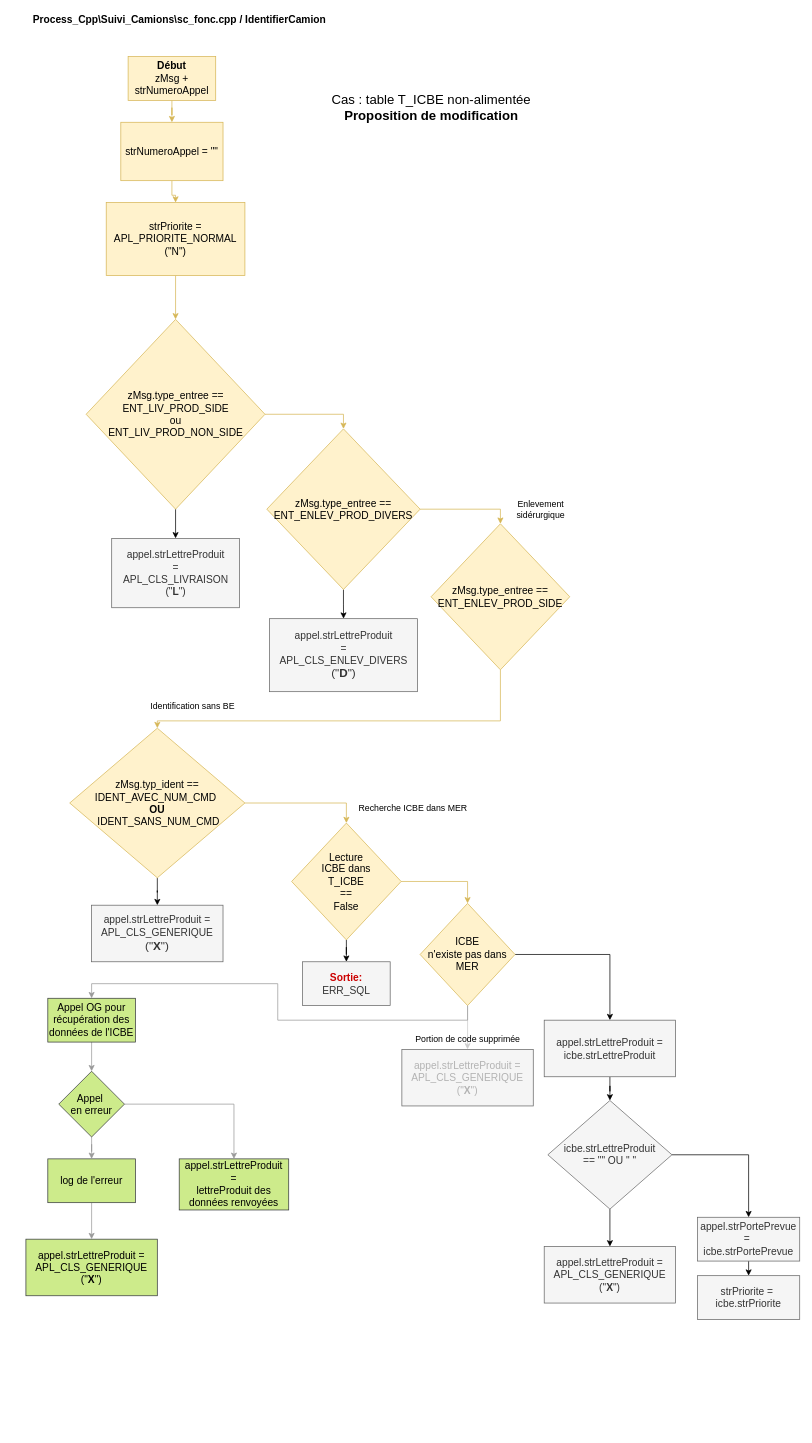
Before: MER_sc_fonc_identifierCamion_enlev_sider_modifs2.drawio in wu1f72514/arcGraphs, a draw.io diagram. Source tidied: cells renumbered, new cells numbered last; positions are measured from the earlier drawing's top-left corner, leaving out a move shared by most shapes. Both pictures are drawn from the tidied source at 73%, with x=0, y=0 at pixel (26, 12).
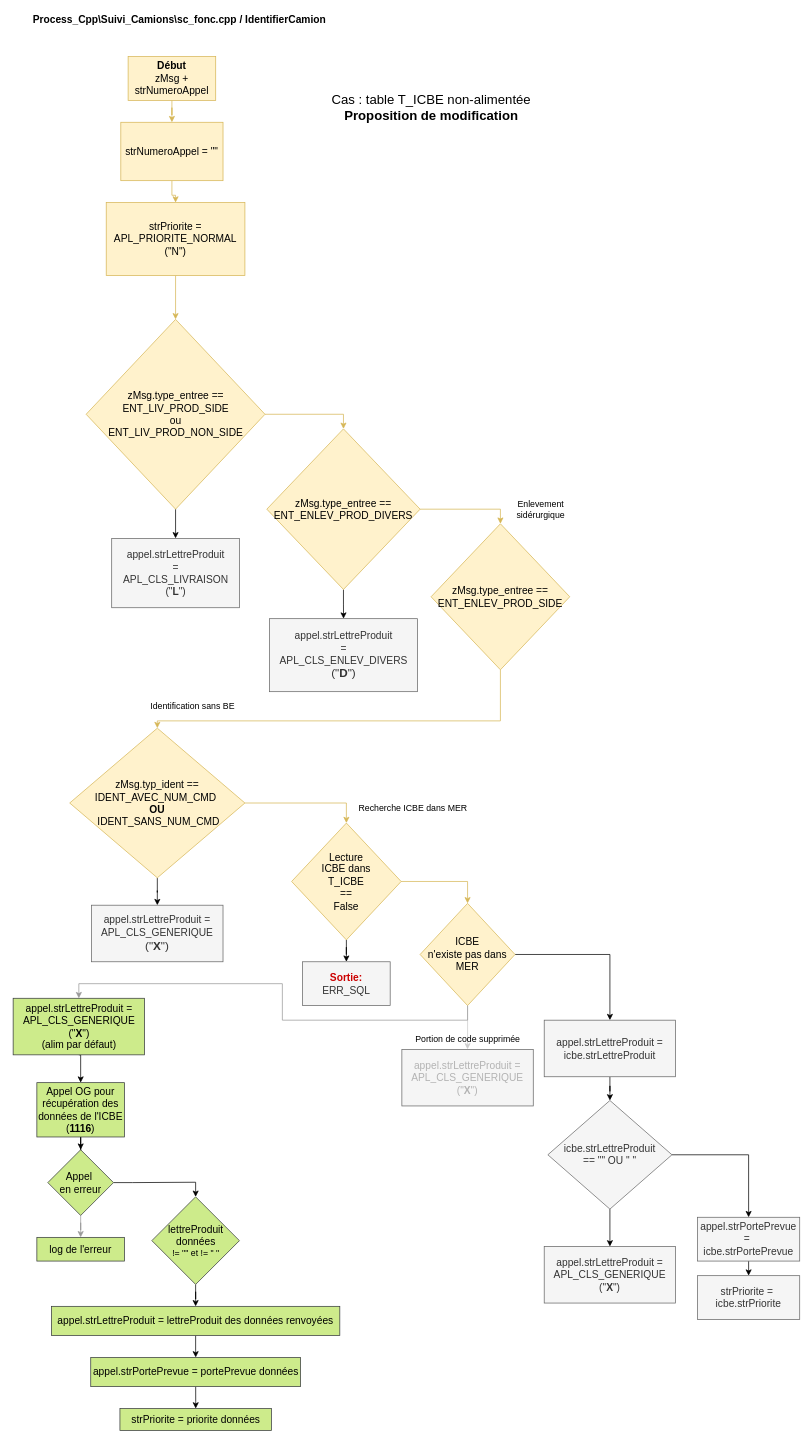
The same diagram, later.

The change refers to these unchanged cells:
```xml
<mxCell id="32" value="ICBE &lt;br&gt;n'existe pas dans &lt;br&gt;MER" style="rhombus;whiteSpace=wrap;html=1;rounded=0;fontSize=14;strokeColor=#d6b656;fillColor=#fff2cc;" parent="1" vertex="1">
  <mxGeometry x="540" y="1220" width="130" height="140" as="geometry" />
</mxCell>
```

Change to the diagram source:
```diff
@@
-    <mxCell id="44" style="edgeStyle=orthogonalEdgeStyle;rounded=0;jettySize=auto;html=1;exitX=0.5;exitY=1;exitDx=0;exitDy=0;entryX=0.5;entryY=0;entryDx=0;entryDy=0;fontColor=#000000;strokeColor=#999999;" parent="1" edge="1" source="32" target="46">
+    <mxCell id="44" style="edgeStyle=orthogonalEdgeStyle;rounded=0;jettySize=auto;html=1;exitX=0.5;exitY=1;exitDx=0;exitDy=0;fontColor=#000000;strokeColor=#999999;entryX=0.5;entryY=0;entryDx=0;entryDy=0;" parent="1" edge="1" source="32" target="58">
       <mxGeometry relative="1" as="geometry" />
     </mxCell>
-    <mxCell id="45" style="edgeStyle=orthogonalEdgeStyle;rounded=0;jettySize=auto;html=1;fontColor=#000000;strokeColor=#999999;" parent="1" edge="1" source="46" target="49">
+    <mxCell id="45" style="edgeStyle=orthogonalEdgeStyle;rounded=0;jettySize=auto;html=1;exitX=0.5;exitY=1;exitDx=0;exitDy=0;" parent="1" edge="1" source="46" target="49">
       <mxGeometry relative="1" as="geometry" />
     </mxCell>
-    <mxCell id="46" value="&lt;font style=&quot;font-size: 14px&quot;&gt;Appel OG pour&lt;br&gt;récupération des données de l'ICBE&lt;/font&gt;" style="rounded=0;whiteSpace=wrap;html=1;strokeColor=#36393d;fillColor=#cdeb8b;" parent="1" vertex="1">
-      <mxGeometry x="30" y="1350" width="120" height="60" as="geometry" />
+    <mxCell id="46" value="&lt;font style=&quot;font-size: 14px&quot;&gt;Appel OG pour&lt;br&gt;récupération des données de l'ICBE (&lt;b&gt;1116&lt;/b&gt;)&lt;/font&gt;" style="rounded=0;whiteSpace=wrap;html=1;strokeColor=#36393d;fillColor=#cdeb8b;" parent="1" vertex="1">
+      <mxGeometry x="15" y="1465.6" width="120" height="74.4" as="geometry" />
     </mxCell>
@@
-    <mxCell id="48" style="edgeStyle=orthogonalEdgeStyle;rounded=0;jettySize=auto;html=1;exitX=1;exitY=0.5;exitDx=0;exitDy=0;fontSize=12;fontColor=#000000;strokeColor=#999999;" parent="1" edge="1" source="49" target="53">
-      <mxGeometry relative="1" as="geometry" />
-    </mxCell>
+    <mxCell id="55" style="edgeStyle=orthogonalEdgeStyle;rounded=0;jettySize=auto;html=1;exitX=1;exitY=0.5;exitDx=0;exitDy=0;entryX=0.5;entryY=0;entryDx=0;entryDy=0;" parent="1" edge="1" source="49" target="60">
+      <mxGeometry relative="1" as="geometry" />
+    </mxCell>
     <mxCell id="49" value="&lt;font style=&quot;font-size: 14px&quot;&gt;Appel&amp;nbsp;&lt;br&gt;en erreur&lt;/font&gt;" style="rhombus;whiteSpace=wrap;html=1;rounded=0;strokeColor=#36393d;fillColor=#cdeb8b;" parent="1" vertex="1">
-      <mxGeometry x="45" y="1450" width="90" height="90" as="geometry" />
+      <mxGeometry x="30" y="1557.5" width="90" height="90" as="geometry" />
     </mxCell>
-    <mxCell id="50" style="edgeStyle=orthogonalEdgeStyle;rounded=0;jettySize=auto;html=1;exitX=0.5;exitY=1;exitDx=0;exitDy=0;fontColor=#000000;strokeColor=#999999;" parent="1" edge="1" source="51" target="52">
-      <mxGeometry relative="1" as="geometry" />
-    </mxCell>
     <mxCell id="51" value="&lt;font style=&quot;font-size: 14px&quot;&gt;log de l'erreur&lt;/font&gt;" style="whiteSpace=wrap;html=1;rounded=0;strokeColor=#36393d;fillColor=#cdeb8b;" parent="1" vertex="1">
-      <mxGeometry x="30" y="1570" width="120" height="60" as="geometry" />
+      <mxGeometry x="15" y="1677.5" width="120" height="32.5" as="geometry" />
     </mxCell>
-    <mxCell id="52" value="&lt;font style=&quot;font-size: 14px&quot;&gt;&lt;font style=&quot;font-size: 14px&quot;&gt;appel.strLettreProduit = APL_CLS_GENERIQUE&lt;/font&gt;&lt;br&gt;&lt;font style=&quot;font-size: 14px&quot;&gt;(&quot;&lt;b&gt;X&lt;/b&gt;&quot;)&lt;/font&gt;&lt;/font&gt;" style="whiteSpace=wrap;html=1;rounded=0;fontSize=14;strokeColor=#36393d;fillColor=#cdeb8b;" parent="1" vertex="1">
-      <mxGeometry y="1680" width="180" height="77.5" as="geometry" />
-    </mxCell>
+    <mxCell id="56" style="edgeStyle=orthogonalEdgeStyle;rounded=0;jettySize=auto;html=1;exitX=0.5;exitY=1;exitDx=0;exitDy=0;" parent="1" edge="1" source="53" target="62">
+      <mxGeometry relative="1" as="geometry" />
+    </mxCell>
-    <mxCell id="53" value="&lt;font style=&quot;font-size: 14px&quot;&gt;appel.strLettreProduit &lt;br&gt;= &lt;br&gt;lettreProduit des données renvoyées&lt;/font&gt;" style="whiteSpace=wrap;html=1;rounded=0;strokeColor=#36393d;fillColor=#cdeb8b;" parent="1" vertex="1">
-      <mxGeometry x="210" y="1570" width="150" height="70" as="geometry" />
+    <mxCell id="53" value="&lt;font style=&quot;font-size: 14px&quot;&gt;appel.strLettreProduit = lettreProduit des données renvoyées&lt;/font&gt;" style="whiteSpace=wrap;html=1;rounded=0;strokeColor=#36393d;fillColor=#cdeb8b;" parent="1" vertex="1">
+      <mxGeometry x="35" y="1772" width="395" height="40" as="geometry" />
     </mxCell>
@@
+    <mxCell id="57" style="edgeStyle=orthogonalEdgeStyle;rounded=0;jettySize=auto;html=1;exitX=0.5;exitY=1;exitDx=0;exitDy=0;entryX=0.5;entryY=0;entryDx=0;entryDy=0;" parent="1" edge="1" source="58" target="46">
+      <mxGeometry relative="1" as="geometry" />
+    </mxCell>
+    <mxCell id="58" value="&lt;font style=&quot;font-size: 14px&quot;&gt;&lt;font style=&quot;font-size: 14px&quot;&gt;appel.strLettreProduit = APL_CLS_GENERIQUE&lt;/font&gt;&lt;br&gt;&lt;font style=&quot;font-size: 14px&quot;&gt;(&quot;&lt;b&gt;X&lt;/b&gt;&quot;)&lt;br&gt;(alim par défaut)&lt;br&gt;&lt;/font&gt;&lt;/font&gt;" style="whiteSpace=wrap;html=1;rounded=0;fontSize=14;strokeColor=#36393d;fillColor=#cdeb8b;" parent="1" vertex="1">
+      <mxGeometry x="-17.5" y="1350" width="180" height="77.5" as="geometry" />
+    </mxCell>
+    <mxCell id="59" style="edgeStyle=orthogonalEdgeStyle;rounded=0;jettySize=auto;html=1;exitX=0.5;exitY=1;exitDx=0;exitDy=0;" parent="1" edge="1" source="60" target="53">
+      <mxGeometry relative="1" as="geometry" />
+    </mxCell>
+    <mxCell id="60" value="&lt;span style=&quot;font-size: 14px&quot;&gt;lettreProduit données&lt;br&gt;&lt;/span&gt;!= &quot;&quot; et != &quot; &quot;" style="rhombus;whiteSpace=wrap;html=1;rounded=0;strokeColor=#36393d;fillColor=#cdeb8b;" parent="1" vertex="1">
+      <mxGeometry x="172.5" y="1622" width="120" height="120" as="geometry" />
+    </mxCell>
+    <mxCell id="61" style="edgeStyle=orthogonalEdgeStyle;rounded=0;jettySize=auto;html=1;exitX=0.5;exitY=1;exitDx=0;exitDy=0;fontSize=10;fontColor=#CC0000;" parent="1" edge="1" source="62" target="63">
+      <mxGeometry relative="1" as="geometry" />
+    </mxCell>
+    <mxCell id="62" value="appel.strPortePrevue = portePrevue données" style="whiteSpace=wrap;html=1;rounded=0;fontSize=14;strokeColor=#36393d;fillColor=#cdeb8b;" parent="1" vertex="1">
+      <mxGeometry x="88.8" y="1842" width="287.5" height="40" as="geometry" />
+    </mxCell>
+    <mxCell id="63" value="strPriorite = priorite données" style="whiteSpace=wrap;html=1;rounded=0;fontSize=14;strokeColor=#36393d;fillColor=#cdeb8b;" parent="1" vertex="1">
+      <mxGeometry x="128.8" y="1912" width="207.5" height="30" as="geometry" />
+    </mxCell>
```
